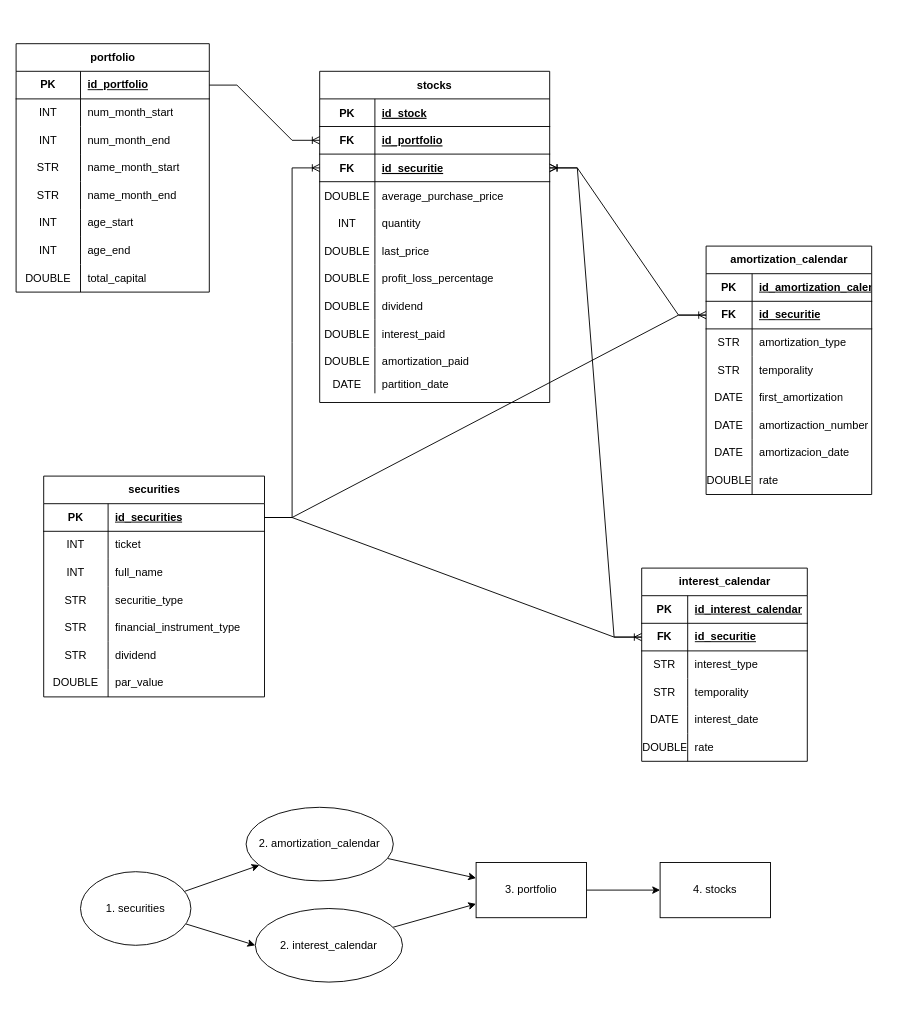
Above: UML/modelo_de_datos.drawio in Tomasteawita/white_finance (draw.io), before the change. Source tidied: cells renumbered, new cells numbered last; positions are measured from the earlier drawing's top-left corner, leaving out a move shared by most shapes. Both pictures are drawn from the tidied source at 92%, with x=0, y=0 at pixel (16, 43).
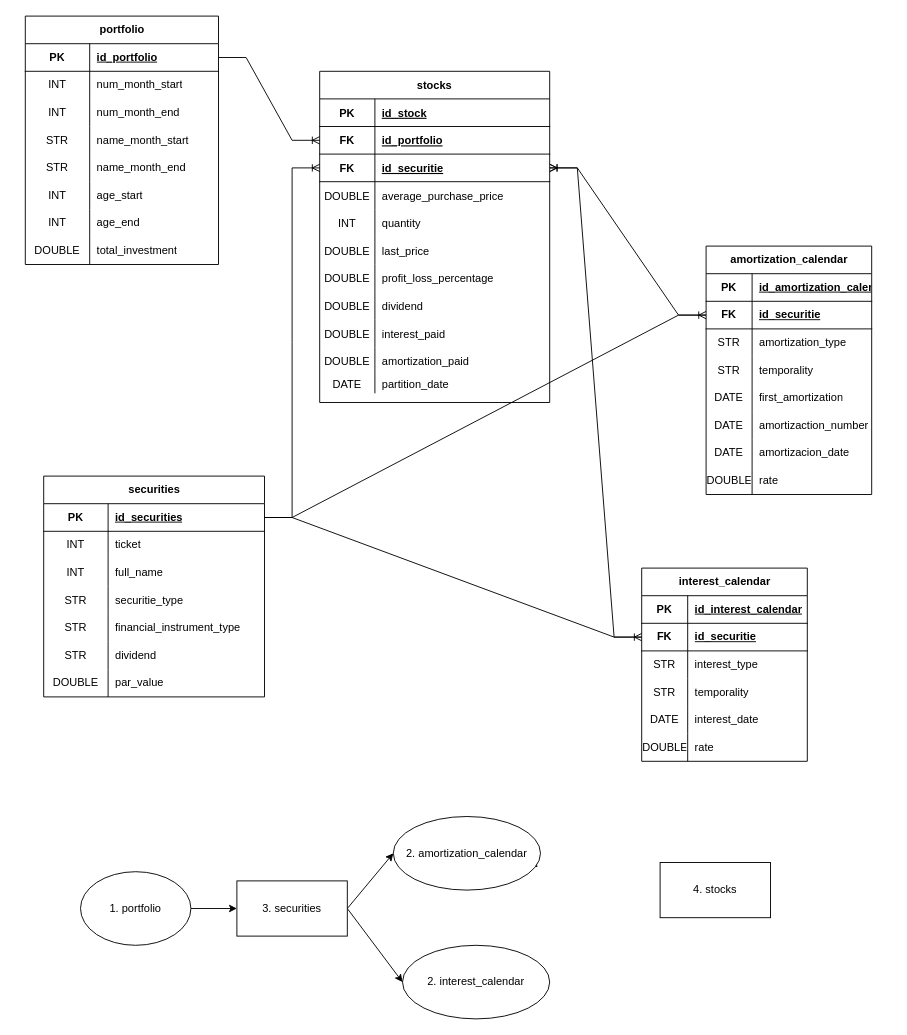
After the change.

The change refers to these unchanged cells:
```xml
<mxCell id="58" style="shape=tableRow;horizontal=0;startSize=0;swimlaneHead=0;swimlaneBody=0;fillColor=none;top=0;left=0;right=0;bottom=0;" parent="36" vertex="1">
  <mxGeometry y="240" width="210" height="30" as="geometry" />
</mxCell>
<mxCell id="142" value="4. stocks" style="whiteSpace=wrap;html=1;" parent="1" vertex="1">
  <mxGeometry x="700" y="890" width="120" height="60" as="geometry" />
</mxCell>
```

What changed in the source:
```diff
@@
     <mxCell id="36" value="portfolio" style="shape=table;startSize=30;childLayout=tableLayout;rowLines=0;fontStyle=1;align=center;html=1;" parent="1" vertex="1">
-      <mxGeometry width="210" height="270" as="geometry" />
+      <mxGeometry x="10" y="-30" width="210" height="270" as="geometry" />
     </mxCell>
@@
-    <mxCell id="60" value="total_capital" style="shape=partialRectangle;fillColor=none;top=0;left=0;bottom=0;right=0;align=left;spacingLeft=6;overflow=hidden;whiteSpace=wrap;html=1;" parent="58" vertex="1">
+    <mxCell id="60" value="total_investment" style="shape=partialRectangle;fillColor=none;top=0;left=0;bottom=0;right=0;align=left;spacingLeft=6;overflow=hidden;whiteSpace=wrap;html=1;" parent="58" vertex="1">
       <mxGeometry x="70" width="140" height="30" as="geometry" />
     </mxCell>
@@
-    <mxCell id="133" style="edgeStyle=none;html=1;" parent="1" edge="1" source="135" target="137">
+    <mxCell id="133" style="edgeStyle=none;html=1;entryX=0;entryY=0.5;entryDx=0;entryDy=0;" parent="1" edge="1" source="135" target="145">
       <mxGeometry relative="1" as="geometry" />
     </mxCell>
-    <mxCell id="134" style="edgeStyle=none;html=1;entryX=0;entryY=0.5;entryDx=0;entryDy=0;" parent="1" edge="1" source="135" target="139">
-      <mxGeometry relative="1" as="geometry" />
-    </mxCell>
-    <mxCell id="135" value="1. securities" style="ellipse;whiteSpace=wrap;html=1;" parent="1" vertex="1">
+    <mxCell id="135" value="1. portfolio" style="ellipse;whiteSpace=wrap;html=1;" parent="1" vertex="1">
       <mxGeometry x="70" y="900" width="120" height="80" as="geometry" />
     </mxCell>
-    <mxCell id="136" style="edgeStyle=none;html=1;" parent="1" edge="1" source="137" target="141">
-      <mxGeometry relative="1" as="geometry" />
+    <mxCell id="136" style="edgeStyle=none;html=1;" parent="1" edge="1" source="137">
+      <mxGeometry relative="1" as="geometry">
+        <mxPoint x="558.8" y="890" as="targetPoint" />
+      </mxGeometry>
     </mxCell>
     <mxCell id="137" value="2. amortization_calendar" style="ellipse;whiteSpace=wrap;html=1;" parent="1" vertex="1">
-      <mxGeometry x="250" y="830" width="160" height="80" as="geometry" />
+      <mxGeometry x="410" y="840" width="160" height="80" as="geometry" />
     </mxCell>
-    <mxCell id="138" style="edgeStyle=none;html=1;entryX=0;entryY=0.75;entryDx=0;entryDy=0;" parent="1" edge="1" source="139" target="141">
-      <mxGeometry relative="1" as="geometry" />
-    </mxCell>
     <mxCell id="139" value="2. interest_calendar" style="ellipse;whiteSpace=wrap;html=1;" parent="1" vertex="1">
-      <mxGeometry x="260" y="940" width="160" height="80" as="geometry" />
+      <mxGeometry x="420" y="980" width="160" height="80" as="geometry" />
     </mxCell>
-    <mxCell id="140" style="edgeStyle=none;html=1;" parent="1" edge="1" source="141" target="142">
-      <mxGeometry relative="1" as="geometry" />
-    </mxCell>
-    <mxCell id="141" value="3. portfolio" style="whiteSpace=wrap;html=1;" parent="1" vertex="1">
-      <mxGeometry x="500" y="890" width="120" height="60" as="geometry" />
-    </mxCell>
@@
+    <mxCell id="143" style="edgeStyle=none;html=1;entryX=0;entryY=0.5;entryDx=0;entryDy=0;exitX=1;exitY=0.5;exitDx=0;exitDy=0;" parent="1" edge="1" source="145" target="137">
+      <mxGeometry relative="1" as="geometry" />
+    </mxCell>
+    <mxCell id="144" style="edgeStyle=none;html=1;entryX=0;entryY=0.5;entryDx=0;entryDy=0;exitX=1;exitY=0.5;exitDx=0;exitDy=0;" parent="1" edge="1" source="145" target="139">
+      <mxGeometry relative="1" as="geometry" />
+    </mxCell>
+    <mxCell id="145" value="3. securities" style="whiteSpace=wrap;html=1;" parent="1" vertex="1">
+      <mxGeometry x="240" y="910" width="120" height="60" as="geometry" />
+    </mxCell>
```
